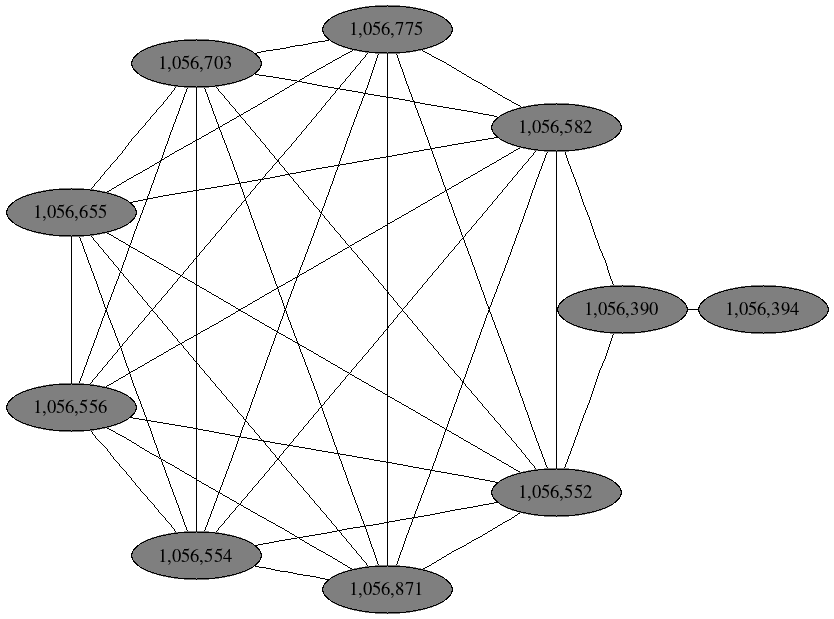
Above: notebooks/graphs/CAMP_cc4.png in fedarko/sheepgut (Graphviz), before the change. Its source is kept beside it as notebooks/graphs/CAMP_cc4.gv.
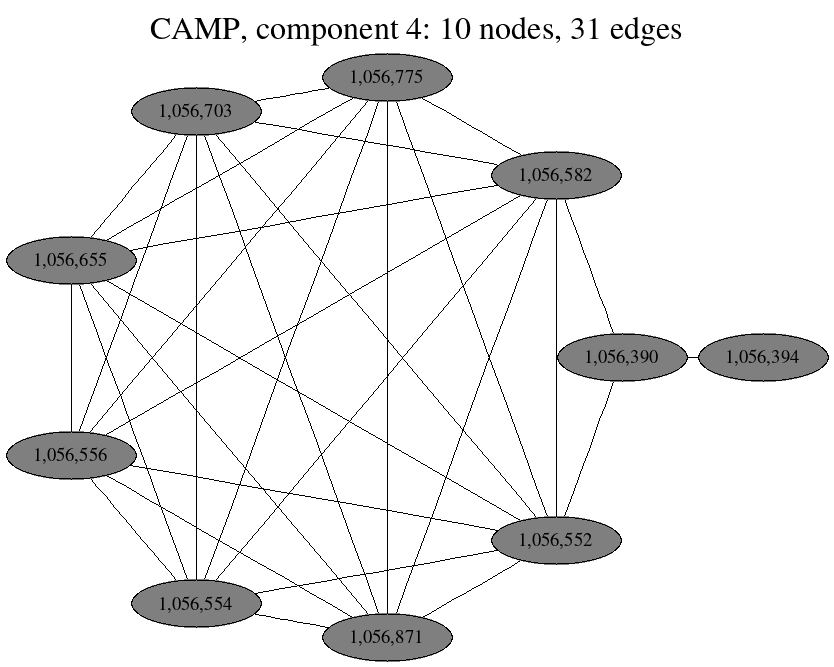
The same file after the commit.

Diff of the diagram source:
```diff
@@ -1,6 +1,9 @@
 graph CAMP_cc4 {
 	overlap="prism50";
 	outputorder="edgesfirst";
+	label="CAMP, component 4: 10 nodes, 31 edges";
+	labelloc="t";
+	fontsize=24;
 	"1,056,390" [style="filled", fillcolor="#7f7f7f", fontcolor="#000000"];
 	"1,056,582" [style="filled", fillcolor="#7f7f7f", fontcolor="#000000"];
 	"1,056,552" [style="filled", fillcolor="#7f7f7f", fontcolor="#000000"];
```
